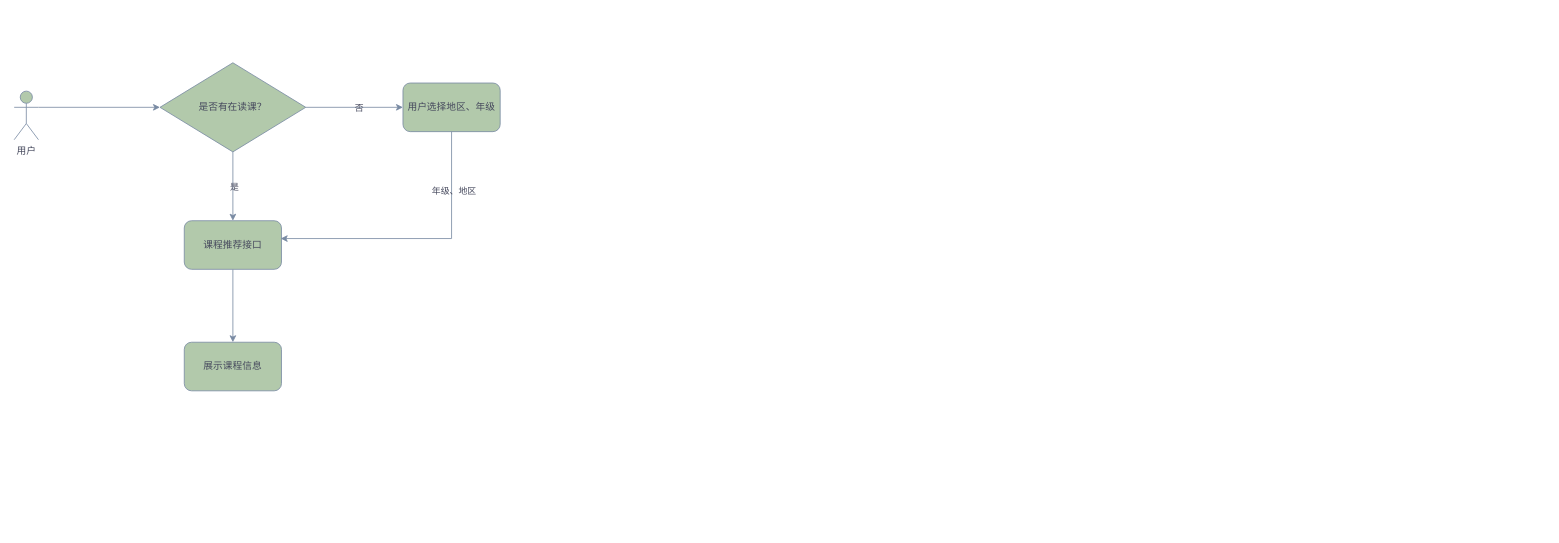
The draw.io diagram xiwang/小_初扩课.drawio in LanSeTianYe/draw, before the edit. Source tidied: cells renumbered, new cells numbered last; positions are measured from the earlier drawing's top-left corner, leaving out a move shared by most shapes. Both pictures are drawn from the tidied source at 81%, with x=0, y=0 at pixel (14, 62).
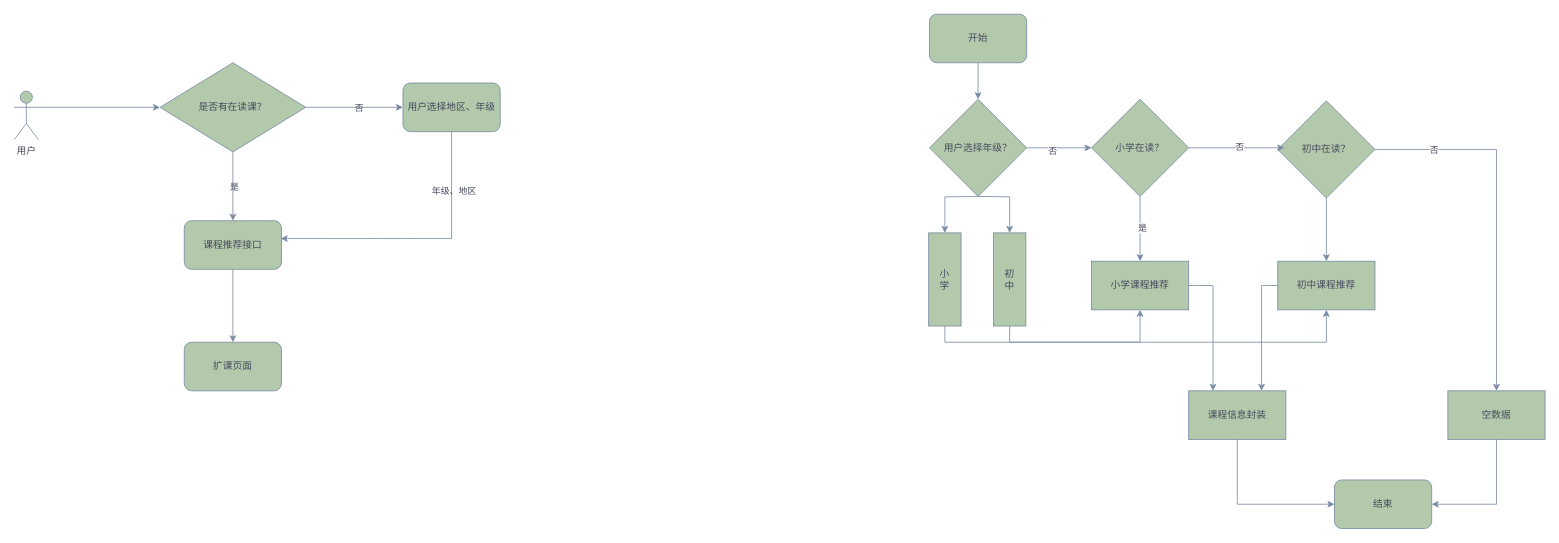
The same diagram, later.

Commit message (it also covers changes not shown here):
更新小_初扩课.drawio

What changed in the source:
```diff
@@
-    <mxCell id="14" value="展示课程信息" style="rounded=1;whiteSpace=wrap;html=1;labelBackgroundColor=none;fillColor=#B2C9AB;strokeColor=#788AA3;fontColor=#46495D;" parent="1" vertex="1">
+    <mxCell id="14" value="扩课页面" style="rounded=1;whiteSpace=wrap;html=1;labelBackgroundColor=none;fillColor=#B2C9AB;strokeColor=#788AA3;fontColor=#46495D;" parent="1" vertex="1">
       <mxGeometry x="210" y="345" width="120" height="60" as="geometry" />
     </mxCell>
+    <mxCell id="15" style="edgeStyle=orthogonalEdgeStyle;rounded=0;jettySize=auto;html=1;exitX=0.5;exitY=1;exitDx=0;exitDy=0;strokeColor=#788AA3;fontColor=#46495D;fillColor=#B2C9AB;" parent="1" edge="1" source="16" target="36">
+      <mxGeometry relative="1" as="geometry" />
+    </mxCell>
+    <mxCell id="16" value="开始" style="rounded=1;whiteSpace=wrap;html=1;strokeColor=#788AA3;fontColor=#46495D;fillColor=#B2C9AB;" parent="1" vertex="1">
+      <mxGeometry x="1130" y="-60" width="120" height="60" as="geometry" />
+    </mxCell>
+    <mxCell id="17" style="edgeStyle=orthogonalEdgeStyle;rounded=0;jettySize=auto;html=1;exitX=0.5;exitY=1;exitDx=0;exitDy=0;strokeColor=#788AA3;fontColor=#46495D;fillColor=#B2C9AB;" parent="1" edge="1" source="19" target="27">
+      <mxGeometry relative="1" as="geometry" />
+    </mxCell>
+    <mxCell id="18" value="是" style="edgeLabel;html=1;align=center;verticalAlign=middle;strokeColor=#788AA3;fontColor=#46495D;fillColor=#B2C9AB;" parent="17" vertex="1">
+      <mxGeometry x="-0.05" y="2" relative="1" as="geometry" />
+    </mxCell>
+    <mxCell id="19" value="小学在读？" style="rhombus;whiteSpace=wrap;html=1;strokeColor=#788AA3;fontColor=#46495D;fillColor=#B2C9AB;" parent="1" vertex="1">
+      <mxGeometry x="1330" y="45" width="120" height="120" as="geometry" />
+    </mxCell>
+    <mxCell id="20" style="edgeStyle=orthogonalEdgeStyle;rounded=0;jettySize=auto;html=1;exitX=0.5;exitY=1;exitDx=0;exitDy=0;entryX=0.5;entryY=0;entryDx=0;entryDy=0;strokeColor=#788AA3;fontColor=#46495D;fillColor=#B2C9AB;" parent="1" edge="1" source="23" target="29">
+      <mxGeometry relative="1" as="geometry" />
+    </mxCell>
+    <mxCell id="21" style="edgeStyle=orthogonalEdgeStyle;rounded=0;jettySize=auto;html=1;exitX=1;exitY=0.5;exitDx=0;exitDy=0;strokeColor=#788AA3;fontColor=#46495D;fillColor=#B2C9AB;" parent="1" edge="1" source="23" target="31">
+      <mxGeometry relative="1" as="geometry" />
+    </mxCell>
+    <mxCell id="22" value="否" style="edgeLabel;html=1;align=center;verticalAlign=middle;strokeColor=#788AA3;fontColor=#46495D;fillColor=#B2C9AB;" parent="21" vertex="1">
+      <mxGeometry x="-0.68" relative="1" as="geometry" />
+    </mxCell>
+    <mxCell id="23" value="初中在读？" style="rhombus;whiteSpace=wrap;html=1;strokeColor=#788AA3;fontColor=#46495D;fillColor=#B2C9AB;" parent="1" vertex="1">
+      <mxGeometry x="1560" y="47" width="120" height="120" as="geometry" />
+    </mxCell>
+    <mxCell id="24" style="edgeStyle=orthogonalEdgeStyle;rounded=0;jettySize=auto;html=1;exitX=1;exitY=0.5;exitDx=0;exitDy=0;entryX=0.067;entryY=0.483;entryDx=0;entryDy=0;entryPerimeter=0;strokeColor=#788AA3;fontColor=#46495D;fillColor=#B2C9AB;" parent="1" edge="1" source="19" target="23">
+      <mxGeometry relative="1" as="geometry" />
+    </mxCell>
+    <mxCell id="25" value="否" style="edgeLabel;html=1;align=center;verticalAlign=middle;strokeColor=#788AA3;fontColor=#46495D;fillColor=#B2C9AB;" parent="24" vertex="1">
+      <mxGeometry x="0.07" y="1" relative="1" as="geometry" />
+    </mxCell>
+    <mxCell id="26" style="edgeStyle=orthogonalEdgeStyle;rounded=0;jettySize=auto;html=1;exitX=1;exitY=0.5;exitDx=0;exitDy=0;strokeColor=#788AA3;fontColor=#46495D;fillColor=#B2C9AB;entryX=0.25;entryY=0;entryDx=0;entryDy=0;" parent="1" edge="1" source="27" target="42">
+      <mxGeometry relative="1" as="geometry" />
+    </mxCell>
+    <mxCell id="27" value="小学课程推荐" style="rounded=0;whiteSpace=wrap;html=1;strokeColor=#788AA3;fontColor=#46495D;fillColor=#B2C9AB;" parent="1" vertex="1">
+      <mxGeometry x="1330" y="245" width="120" height="60" as="geometry" />
+    </mxCell>
+    <mxCell id="28" style="edgeStyle=orthogonalEdgeStyle;rounded=0;jettySize=auto;html=1;exitX=0;exitY=0.5;exitDx=0;exitDy=0;entryX=0.75;entryY=0;entryDx=0;entryDy=0;strokeColor=#788AA3;fontColor=#46495D;fillColor=#B2C9AB;" parent="1" edge="1" source="29" target="42">
+      <mxGeometry relative="1" as="geometry" />
+    </mxCell>
+    <mxCell id="29" value="初中课程推荐" style="rounded=0;whiteSpace=wrap;html=1;strokeColor=#788AA3;fontColor=#46495D;fillColor=#B2C9AB;" parent="1" vertex="1">
+      <mxGeometry x="1560" y="245" width="120" height="60" as="geometry" />
+    </mxCell>
+    <mxCell id="30" style="edgeStyle=orthogonalEdgeStyle;rounded=0;jettySize=auto;html=1;exitX=0.5;exitY=1;exitDx=0;exitDy=0;entryX=1;entryY=0.5;entryDx=0;entryDy=0;strokeColor=#788AA3;fontColor=#46495D;fillColor=#B2C9AB;" parent="1" edge="1" source="31" target="43">
+      <mxGeometry relative="1" as="geometry" />
+    </mxCell>
+    <mxCell id="31" value="空数据" style="rounded=0;whiteSpace=wrap;html=1;strokeColor=#788AA3;fontColor=#46495D;fillColor=#B2C9AB;" parent="1" vertex="1">
+      <mxGeometry x="1770" y="405" width="120" height="60" as="geometry" />
+    </mxCell>
+    <mxCell id="32" style="edgeStyle=orthogonalEdgeStyle;rounded=0;jettySize=auto;html=1;exitX=1;exitY=0.5;exitDx=0;exitDy=0;strokeColor=#788AA3;fontColor=#46495D;fillColor=#B2C9AB;" parent="1" edge="1" source="36" target="19">
+      <mxGeometry relative="1" as="geometry" />
+    </mxCell>
+    <mxCell id="33" value="否" style="edgeLabel;html=1;align=center;verticalAlign=middle;strokeColor=#788AA3;fontColor=#46495D;fillColor=#B2C9AB;" parent="32" vertex="1">
+      <mxGeometry x="-0.23" y="-3" relative="1" as="geometry" />
+    </mxCell>
+    <mxCell id="34" style="edgeStyle=orthogonalEdgeStyle;rounded=0;jettySize=auto;html=1;exitX=0.5;exitY=1;exitDx=0;exitDy=0;entryX=0.5;entryY=0;entryDx=0;entryDy=0;strokeColor=#788AA3;fontColor=#46495D;fillColor=#B2C9AB;" parent="1" edge="1" target="38">
+      <mxGeometry relative="1" as="geometry">
+        <mxPoint x="1189" y="165" as="sourcePoint" />
+      </mxGeometry>
+    </mxCell>
+    <mxCell id="35" style="edgeStyle=orthogonalEdgeStyle;rounded=0;jettySize=auto;html=1;exitX=0.5;exitY=1;exitDx=0;exitDy=0;entryX=0.5;entryY=0;entryDx=0;entryDy=0;strokeColor=#788AA3;fontColor=#46495D;fillColor=#B2C9AB;" parent="1" edge="1" target="40">
+      <mxGeometry relative="1" as="geometry">
+        <mxPoint x="1189" y="165" as="sourcePoint" />
+      </mxGeometry>
+    </mxCell>
+    <mxCell id="36" value="用户选择年级？" style="rhombus;whiteSpace=wrap;html=1;strokeColor=#788AA3;fontColor=#46495D;fillColor=#B2C9AB;" parent="1" vertex="1">
+      <mxGeometry x="1130" y="45" width="120" height="120" as="geometry" />
+    </mxCell>
+    <mxCell id="37" style="edgeStyle=orthogonalEdgeStyle;rounded=0;jettySize=auto;html=1;exitX=0.5;exitY=1;exitDx=0;exitDy=0;entryX=0.5;entryY=1;entryDx=0;entryDy=0;strokeColor=#788AA3;fontColor=#46495D;fillColor=#B2C9AB;" parent="1" edge="1" source="38" target="29">
+      <mxGeometry relative="1" as="geometry" />
+    </mxCell>
+    <mxCell id="38" value="小&lt;div&gt;学&lt;/div&gt;" style="rounded=0;whiteSpace=wrap;html=1;strokeColor=#788AA3;fontColor=#46495D;fillColor=#B2C9AB;" parent="1" vertex="1">
+      <mxGeometry x="1129" y="210" width="40" height="115" as="geometry" />
+    </mxCell>
+    <mxCell id="39" style="edgeStyle=orthogonalEdgeStyle;rounded=0;jettySize=auto;html=1;exitX=0.5;exitY=1;exitDx=0;exitDy=0;entryX=0.5;entryY=1;entryDx=0;entryDy=0;strokeColor=#788AA3;fontColor=#46495D;fillColor=#B2C9AB;" parent="1" edge="1" source="40" target="27">
+      <mxGeometry relative="1" as="geometry" />
+    </mxCell>
+    <mxCell id="40" value="初&lt;div&gt;中&lt;/div&gt;" style="rounded=0;whiteSpace=wrap;html=1;strokeColor=#788AA3;fontColor=#46495D;fillColor=#B2C9AB;" parent="1" vertex="1">
+      <mxGeometry x="1209" y="210" width="40" height="115" as="geometry" />
+    </mxCell>
+    <mxCell id="41" style="edgeStyle=orthogonalEdgeStyle;rounded=0;jettySize=auto;html=1;exitX=0.5;exitY=1;exitDx=0;exitDy=0;entryX=0;entryY=0.5;entryDx=0;entryDy=0;strokeColor=#788AA3;fontColor=#46495D;fillColor=#B2C9AB;" parent="1" edge="1" source="42" target="43">
+      <mxGeometry relative="1" as="geometry" />
+    </mxCell>
+    <mxCell id="42" value="课程信息封装" style="rounded=0;whiteSpace=wrap;html=1;strokeColor=#788AA3;fontColor=#46495D;fillColor=#B2C9AB;" parent="1" vertex="1">
+      <mxGeometry x="1450" y="405" width="120" height="60" as="geometry" />
+    </mxCell>
+    <mxCell id="43" value="结束" style="rounded=1;whiteSpace=wrap;html=1;strokeColor=#788AA3;fontColor=#46495D;fillColor=#B2C9AB;" parent="1" vertex="1">
+      <mxGeometry x="1630" y="515" width="120" height="60" as="geometry" />
+    </mxCell>
```
